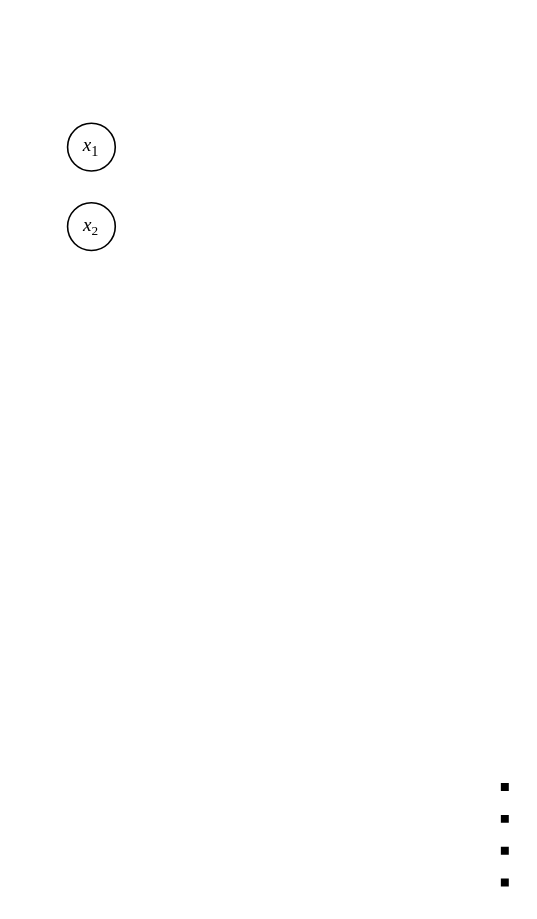
Above: affine.drawio in dragoon8192/LaundryTag (draw.io), before the change. Source tidied: cells renumbered, new cells numbered last; positions are measured from the earlier drawing's top-left corner, leaving out a move shared by most shapes. Both pictures are drawn from the tidied source at 159%, with x=0, y=0 at pixel (67, 122).
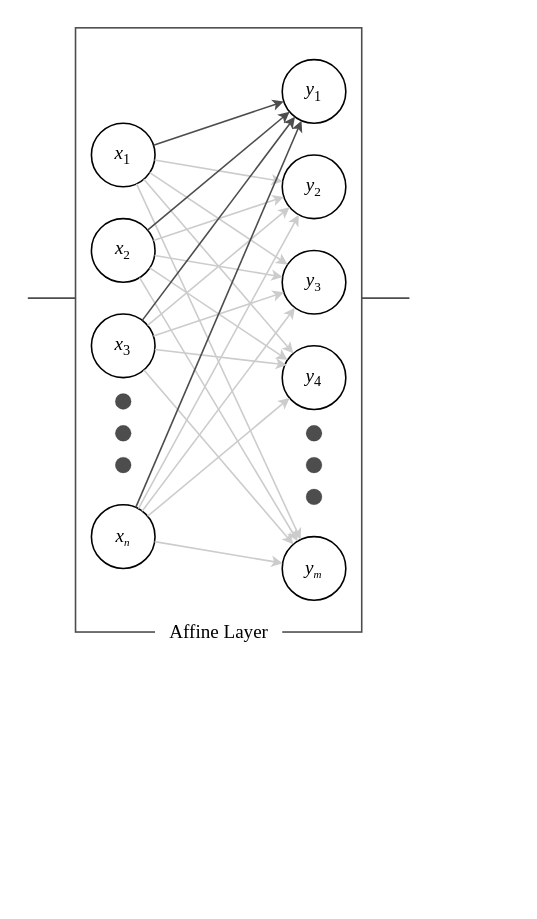
The same page after the edit.

Commit message:
affine.drawio を更新します

Diff of the diagram source:
```diff
@@
+    <mxCell id="5" style="group;" parent="1" vertex="1">
+      <mxGeometry x="5" y="-60" width="180" height="390" as="geometry" />
+    </mxCell>
+    <mxCell id="6" style="rounded=0;whiteSpace=wrap;html=1;strokeWidth=1;fontFamily=Times New Roman;fontSize=12;fontColor=default;fillColor=none;strokeColor=#4D4D4D;" parent="5" vertex="1">
+      <mxGeometry width="180" height="380" as="geometry" />
+    </mxCell>
+    <mxCell id="7" value="Affine Layer" style="text;html=1;align=center;verticalAlign=middle;strokeColor=none;fillColor=default;fontSize=12;fontFamily=Times New Roman;fontColor=default;spacing=0;" parent="5" vertex="1">
+      <mxGeometry x="50" y="370" width="80" height="20" as="geometry" />
+    </mxCell>
     <mxCell id="2" value="&lt;font size=&quot;1&quot; face=&quot;Times New Roman&quot;&gt;&lt;i style=&quot;font-size: 12px;&quot;&gt;x&lt;/i&gt;&lt;/font&gt;&lt;font size=&quot;1&quot; face=&quot;Times New Roman&quot; style=&quot;&quot;&gt;&lt;sub style=&quot;font-size: 9px;&quot;&gt;1&lt;/sub&gt;&lt;/font&gt;" style="ellipse;whiteSpace=wrap;html=1;" parent="1" vertex="1">
-      <mxGeometry width="30" height="30" as="geometry" />
+      <mxGeometry x="15" width="40" height="40" as="geometry" />
     </mxCell>
-    <mxCell id="3" style="endArrow=none;dashed=1;html=1;dashPattern=1 3;strokeWidth=5;rounded=0;jumpSize=6;jumpStyle=none;" parent="1" edge="1">
-      <mxGeometry relative="1" as="geometry">
-        <mxPoint x="275" y="480" as="sourcePoint" />
-        <mxPoint x="275" y="400" as="targetPoint" />
-      </mxGeometry>
-    </mxCell>
     <mxCell id="4" value="&lt;font size=&quot;1&quot; face=&quot;Times New Roman&quot;&gt;&lt;i style=&quot;font-size: 12px;&quot;&gt;x&lt;/i&gt;&lt;/font&gt;&lt;font face=&quot;Times New Roman&quot; style=&quot;font-size: 10px;&quot;&gt;&lt;sub&gt;2&lt;/sub&gt;&lt;/font&gt;" style="ellipse;whiteSpace=wrap;html=1;" parent="1" vertex="1">
-      <mxGeometry y="50" width="30" height="30" as="geometry" />
+      <mxGeometry x="15" y="60" width="40" height="40" as="geometry" />
     </mxCell>
+    <mxCell id="8" value="&lt;font size=&quot;1&quot; face=&quot;Times New Roman&quot;&gt;&lt;i style=&quot;font-size: 12px;&quot;&gt;x&lt;/i&gt;&lt;/font&gt;&lt;font size=&quot;1&quot; face=&quot;Times New Roman&quot; style=&quot;&quot;&gt;&lt;sub style=&quot;font-size: 9px;&quot;&gt;3&lt;/sub&gt;&lt;/font&gt;" style="ellipse;whiteSpace=wrap;html=1;" parent="1" vertex="1">
+      <mxGeometry x="15" y="120" width="40" height="40" as="geometry" />
+    </mxCell>
+    <mxCell id="9" value="&lt;font face=&quot;Times New Roman&quot;&gt;&lt;i style=&quot;font-size: 12px;&quot;&gt;x&lt;/i&gt;&lt;i style=&quot;font-size: 8.33333px;&quot;&gt;&lt;sub&gt;n&lt;/sub&gt;&lt;/i&gt;&lt;/font&gt;" style="ellipse;whiteSpace=wrap;html=1;" parent="1" vertex="1">
+      <mxGeometry x="15" y="240" width="40" height="40" as="geometry" />
+    </mxCell>
+    <mxCell id="10" value="&lt;font face=&quot;Times New Roman&quot; style=&quot;&quot;&gt;&lt;span style=&quot;font-size: 12px;&quot;&gt;&lt;i style=&quot;&quot;&gt;y&lt;/i&gt;&lt;/span&gt;&lt;sub style=&quot;font-size: 9px;&quot;&gt;1&lt;/sub&gt;&lt;/font&gt;" style="ellipse;whiteSpace=wrap;html=1;" parent="1" vertex="1">
+      <mxGeometry x="135" y="-40" width="40" height="40" as="geometry" />
+    </mxCell>
+    <mxCell id="11" value="&lt;font size=&quot;1&quot; face=&quot;Times New Roman&quot;&gt;&lt;i style=&quot;font-size: 12px;&quot;&gt;y&lt;/i&gt;&lt;/font&gt;&lt;font face=&quot;Times New Roman&quot; style=&quot;font-size: 10px;&quot;&gt;&lt;sub&gt;2&lt;/sub&gt;&lt;/font&gt;" style="ellipse;whiteSpace=wrap;html=1;" parent="1" vertex="1">
+      <mxGeometry x="135" y="20" width="40" height="40" as="geometry" />
+    </mxCell>
+    <mxCell id="12" value="&lt;font size=&quot;1&quot; face=&quot;Times New Roman&quot;&gt;&lt;i style=&quot;font-size: 12px;&quot;&gt;y&lt;/i&gt;&lt;/font&gt;&lt;font size=&quot;1&quot; face=&quot;Times New Roman&quot; style=&quot;&quot;&gt;&lt;sub style=&quot;font-size: 9px;&quot;&gt;4&lt;/sub&gt;&lt;/font&gt;" style="ellipse;whiteSpace=wrap;html=1;" parent="1" vertex="1">
+      <mxGeometry x="135" y="140" width="40" height="40" as="geometry" />
+    </mxCell>
+    <mxCell id="13" value="&lt;font face=&quot;Times New Roman&quot;&gt;&lt;i style=&quot;font-size: 12px;&quot;&gt;y&lt;/i&gt;&lt;i style=&quot;font-size: 8.33333px;&quot;&gt;&lt;sub&gt;m&lt;/sub&gt;&lt;/i&gt;&lt;/font&gt;" style="ellipse;whiteSpace=wrap;html=1;" parent="1" vertex="1">
+      <mxGeometry x="135" y="260" width="40" height="40" as="geometry" />
+    </mxCell>
+    <mxCell id="14" value="&lt;font size=&quot;1&quot; face=&quot;Times New Roman&quot;&gt;&lt;i style=&quot;font-size: 12px;&quot;&gt;y&lt;/i&gt;&lt;/font&gt;&lt;font face=&quot;Times New Roman&quot; style=&quot;font-size: 10px;&quot;&gt;&lt;sub&gt;3&lt;/sub&gt;&lt;/font&gt;" style="ellipse;whiteSpace=wrap;html=1;" parent="1" vertex="1">
+      <mxGeometry x="135" y="80" width="40" height="40" as="geometry" />
+    </mxCell>
+    <mxCell id="15" style="group;" parent="1" vertex="1">
+      <mxGeometry x="30" y="170" width="10" height="50" as="geometry" />
+    </mxCell>
+    <mxCell id="16" style="ellipse;whiteSpace=wrap;html=1;strokeWidth=0;fontFamily=Times New Roman;fontSize=12;fillColor=#4D4D4D;" parent="15" vertex="1">
+      <mxGeometry width="10" height="10" as="geometry" />
+    </mxCell>
+    <mxCell id="17" style="ellipse;whiteSpace=wrap;html=1;strokeWidth=0;fontFamily=Times New Roman;fontSize=12;fillColor=#4D4D4D;" parent="15" vertex="1">
+      <mxGeometry y="20" width="10" height="10" as="geometry" />
+    </mxCell>
+    <mxCell id="18" style="ellipse;whiteSpace=wrap;html=1;strokeWidth=0;fontFamily=Times New Roman;fontSize=12;fillColor=#4D4D4D;" parent="15" vertex="1">
+      <mxGeometry y="40" width="10" height="10" as="geometry" />
+    </mxCell>
+    <mxCell id="19" style="group;" parent="1" vertex="1">
+      <mxGeometry x="150" y="190" width="10" height="50" as="geometry" />
+    </mxCell>
+    <mxCell id="20" style="ellipse;whiteSpace=wrap;html=1;strokeWidth=0;fontFamily=Times New Roman;fontSize=12;fillColor=#4D4D4D;" parent="19" vertex="1">
+      <mxGeometry width="10" height="10" as="geometry" />
+    </mxCell>
+    <mxCell id="21" style="ellipse;whiteSpace=wrap;html=1;strokeWidth=0;fontFamily=Times New Roman;fontSize=12;fillColor=#4D4D4D;" parent="19" vertex="1">
+      <mxGeometry y="20" width="10" height="10" as="geometry" />
+    </mxCell>
+    <mxCell id="22" style="ellipse;whiteSpace=wrap;html=1;strokeWidth=0;fontFamily=Times New Roman;fontSize=12;fillColor=#4D4D4D;" parent="19" vertex="1">
+      <mxGeometry y="40" width="10" height="10" as="geometry" />
+    </mxCell>
+    <mxCell id="23" style="endArrow=classic;html=1;rounded=0;labelBackgroundColor=default;sketch=0;strokeColor=#4D4D4D;strokeWidth=1;fontFamily=Times New Roman;fontSize=12;fontColor=default;startSize=4;endSize=4;sourcePerimeterSpacing=0;targetPerimeterSpacing=0;shape=connector;jumpStyle=none;jumpSize=4;" parent="1" edge="1" source="2" target="10">
+      <mxGeometry relative="1" as="geometry" />
+    </mxCell>
+    <mxCell id="24" style="endArrow=classic;html=1;rounded=0;labelBackgroundColor=default;sketch=0;strokeColor=#CCCCCC;strokeWidth=1;fontFamily=Times New Roman;fontSize=12;fontColor=default;startSize=4;endSize=4;sourcePerimeterSpacing=0;targetPerimeterSpacing=0;shape=connector;jumpStyle=none;jumpSize=4;" parent="1" edge="1" source="4" target="11">
+      <mxGeometry relative="1" as="geometry" />
+    </mxCell>
+    <mxCell id="25" style="endArrow=classic;html=1;rounded=0;labelBackgroundColor=default;sketch=0;strokeColor=#CCCCCC;strokeWidth=1;fontFamily=Times New Roman;fontSize=12;fontColor=default;startSize=4;endSize=4;sourcePerimeterSpacing=0;targetPerimeterSpacing=0;shape=connector;jumpStyle=none;jumpSize=4;" parent="1" edge="1" source="8" target="14">
+      <mxGeometry relative="1" as="geometry" />
+    </mxCell>
+    <mxCell id="26" style="endArrow=classic;html=1;rounded=0;labelBackgroundColor=default;sketch=0;strokeColor=#CCCCCC;strokeWidth=1;fontFamily=Times New Roman;fontSize=12;fontColor=default;startSize=4;endSize=4;sourcePerimeterSpacing=0;targetPerimeterSpacing=0;shape=connector;jumpStyle=none;jumpSize=4;" parent="1" edge="1" source="2" target="11">
+      <mxGeometry relative="1" as="geometry" />
+    </mxCell>
+    <mxCell id="27" style="endArrow=classic;html=1;rounded=0;labelBackgroundColor=default;sketch=0;strokeColor=#CCCCCC;strokeWidth=1;fontFamily=Times New Roman;fontSize=12;fontColor=default;startSize=4;endSize=4;sourcePerimeterSpacing=0;targetPerimeterSpacing=0;shape=connector;jumpStyle=none;jumpSize=4;" parent="1" edge="1" source="2" target="14">
+      <mxGeometry relative="1" as="geometry" />
+    </mxCell>
+    <mxCell id="28" style="endArrow=classic;html=1;rounded=0;labelBackgroundColor=default;sketch=0;strokeColor=#CCCCCC;strokeWidth=1;fontFamily=Times New Roman;fontSize=12;fontColor=default;startSize=4;endSize=4;sourcePerimeterSpacing=0;targetPerimeterSpacing=0;shape=connector;jumpStyle=none;jumpSize=4;" parent="1" edge="1" source="2" target="12">
+      <mxGeometry relative="1" as="geometry" />
+    </mxCell>
+    <mxCell id="29" style="endArrow=classic;html=1;rounded=0;labelBackgroundColor=default;sketch=0;strokeColor=#CCCCCC;strokeWidth=1;fontFamily=Times New Roman;fontSize=12;fontColor=default;startSize=4;endSize=4;sourcePerimeterSpacing=0;targetPerimeterSpacing=0;shape=connector;jumpStyle=none;jumpSize=4;" parent="1" edge="1" source="2" target="13">
+      <mxGeometry relative="1" as="geometry" />
+    </mxCell>
+    <mxCell id="30" style="endArrow=classic;html=1;rounded=0;labelBackgroundColor=default;sketch=0;strokeColor=#4D4D4D;strokeWidth=1;fontFamily=Times New Roman;fontSize=12;fontColor=default;startSize=4;endSize=4;sourcePerimeterSpacing=0;targetPerimeterSpacing=0;shape=connector;jumpStyle=none;jumpSize=4;" parent="1" edge="1" source="4" target="10">
+      <mxGeometry relative="1" as="geometry" />
+    </mxCell>
+    <mxCell id="31" style="endArrow=classic;html=1;rounded=0;labelBackgroundColor=default;sketch=0;strokeColor=#CCCCCC;strokeWidth=1;fontFamily=Times New Roman;fontSize=12;fontColor=default;startSize=4;endSize=4;sourcePerimeterSpacing=0;targetPerimeterSpacing=0;shape=connector;jumpStyle=none;jumpSize=4;" parent="1" edge="1" source="4" target="14">
+      <mxGeometry relative="1" as="geometry" />
+    </mxCell>
+    <mxCell id="32" style="endArrow=classic;html=1;rounded=0;labelBackgroundColor=default;sketch=0;strokeColor=#CCCCCC;strokeWidth=1;fontFamily=Times New Roman;fontSize=12;fontColor=default;startSize=4;endSize=4;sourcePerimeterSpacing=0;targetPerimeterSpacing=0;shape=connector;jumpStyle=none;jumpSize=4;" parent="1" edge="1" source="4" target="12">
+      <mxGeometry relative="1" as="geometry" />
+    </mxCell>
+    <mxCell id="33" style="endArrow=classic;html=1;rounded=0;labelBackgroundColor=default;sketch=0;strokeColor=#CCCCCC;strokeWidth=1;fontFamily=Times New Roman;fontSize=12;fontColor=default;startSize=4;endSize=4;sourcePerimeterSpacing=0;targetPerimeterSpacing=0;shape=connector;jumpStyle=none;jumpSize=4;" parent="1" edge="1" source="4" target="13">
+      <mxGeometry relative="1" as="geometry" />
+    </mxCell>
+    <mxCell id="34" style="endArrow=classic;html=1;rounded=0;labelBackgroundColor=default;sketch=0;strokeColor=#4D4D4D;strokeWidth=1;fontFamily=Times New Roman;fontSize=12;fontColor=default;startSize=4;endSize=4;sourcePerimeterSpacing=0;targetPerimeterSpacing=0;shape=connector;jumpStyle=none;jumpSize=4;" parent="1" edge="1" source="8" target="10">
+      <mxGeometry relative="1" as="geometry" />
+    </mxCell>
+    <mxCell id="35" style="endArrow=classic;html=1;rounded=0;labelBackgroundColor=default;sketch=0;strokeColor=#CCCCCC;strokeWidth=1;fontFamily=Times New Roman;fontSize=12;fontColor=default;startSize=4;endSize=4;sourcePerimeterSpacing=0;targetPerimeterSpacing=0;shape=connector;jumpStyle=none;jumpSize=4;" parent="1" edge="1" source="8" target="11">
+      <mxGeometry relative="1" as="geometry" />
+    </mxCell>
+    <mxCell id="36" style="endArrow=classic;html=1;rounded=0;labelBackgroundColor=default;sketch=0;strokeColor=#CCCCCC;strokeWidth=1;fontFamily=Times New Roman;fontSize=12;fontColor=default;startSize=4;endSize=4;sourcePerimeterSpacing=0;targetPerimeterSpacing=0;shape=connector;jumpStyle=none;jumpSize=4;entryX=0.074;entryY=0.301;entryDx=0;entryDy=0;entryPerimeter=0;" parent="1" edge="1" source="8" target="12">
+      <mxGeometry relative="1" as="geometry" />
+    </mxCell>
+    <mxCell id="37" style="endArrow=classic;html=1;rounded=0;labelBackgroundColor=default;sketch=0;strokeColor=#CCCCCC;strokeWidth=1;fontFamily=Times New Roman;fontSize=12;fontColor=default;startSize=4;endSize=4;sourcePerimeterSpacing=0;targetPerimeterSpacing=0;shape=connector;jumpStyle=none;jumpSize=4;" parent="1" edge="1" source="8" target="13">
+      <mxGeometry relative="1" as="geometry" />
+    </mxCell>
+    <mxCell id="38" style="endArrow=classic;html=1;rounded=0;labelBackgroundColor=default;sketch=0;strokeColor=#4D4D4D;strokeWidth=1;fontFamily=Times New Roman;fontSize=12;fontColor=default;startSize=4;endSize=4;sourcePerimeterSpacing=0;targetPerimeterSpacing=0;shape=connector;jumpStyle=none;jumpSize=4;" parent="1" edge="1" source="9" target="10">
+      <mxGeometry relative="1" as="geometry" />
+    </mxCell>
+    <mxCell id="39" style="endArrow=classic;html=1;rounded=0;labelBackgroundColor=default;sketch=0;strokeColor=#CCCCCC;strokeWidth=1;fontFamily=Times New Roman;fontSize=12;fontColor=default;startSize=4;endSize=4;sourcePerimeterSpacing=0;targetPerimeterSpacing=0;shape=connector;jumpStyle=none;jumpSize=4;" parent="1" edge="1" source="9" target="11">
+      <mxGeometry relative="1" as="geometry" />
+    </mxCell>
+    <mxCell id="40" style="endArrow=classic;html=1;rounded=0;labelBackgroundColor=default;sketch=0;strokeColor=#CCCCCC;strokeWidth=1;fontFamily=Times New Roman;fontSize=12;fontColor=default;startSize=4;endSize=4;sourcePerimeterSpacing=0;targetPerimeterSpacing=0;shape=connector;jumpStyle=none;jumpSize=4;" parent="1" edge="1" source="9" target="14">
+      <mxGeometry relative="1" as="geometry" />
+    </mxCell>
+    <mxCell id="41" style="endArrow=classic;html=1;rounded=0;labelBackgroundColor=default;sketch=0;strokeColor=#CCCCCC;strokeWidth=1;fontFamily=Times New Roman;fontSize=12;fontColor=default;startSize=4;endSize=4;sourcePerimeterSpacing=0;targetPerimeterSpacing=0;shape=connector;jumpStyle=none;jumpSize=4;" parent="1" edge="1" source="9" target="12">
+      <mxGeometry relative="1" as="geometry" />
+    </mxCell>
+    <mxCell id="42" style="endArrow=classic;html=1;rounded=0;labelBackgroundColor=default;sketch=0;strokeColor=#CCCCCC;strokeWidth=1;fontFamily=Times New Roman;fontSize=12;fontColor=default;startSize=4;endSize=4;sourcePerimeterSpacing=0;targetPerimeterSpacing=0;shape=connector;jumpStyle=none;jumpSize=4;" parent="1" edge="1" source="9" target="13">
+      <mxGeometry relative="1" as="geometry" />
+    </mxCell>
+    <mxCell id="43" style="endArrow=none;html=1;rounded=0;labelBackgroundColor=default;sketch=0;strokeColor=#4D4D4D;strokeWidth=1;fontFamily=Times New Roman;fontSize=12;fontColor=default;startSize=4;endSize=4;sourcePerimeterSpacing=0;targetPerimeterSpacing=0;shape=connector;jumpStyle=none;jumpSize=4;" parent="1" edge="1">
+      <mxGeometry relative="1" as="geometry">
+        <mxPoint x="-25" y="110" as="sourcePoint" />
+        <mxPoint x="5" y="110" as="targetPoint" />
+      </mxGeometry>
+    </mxCell>
+    <mxCell id="44" style="endArrow=none;html=1;rounded=0;labelBackgroundColor=default;sketch=0;strokeColor=#4D4D4D;strokeWidth=1;fontFamily=Times New Roman;fontSize=12;fontColor=default;startSize=4;endSize=4;sourcePerimeterSpacing=0;targetPerimeterSpacing=0;shape=connector;jumpStyle=none;jumpSize=4;" parent="1" edge="1">
+      <mxGeometry relative="1" as="geometry">
+        <mxPoint x="185" y="110" as="sourcePoint" />
+        <mxPoint x="215" y="110" as="targetPoint" />
+      </mxGeometry>
+    </mxCell>
```
